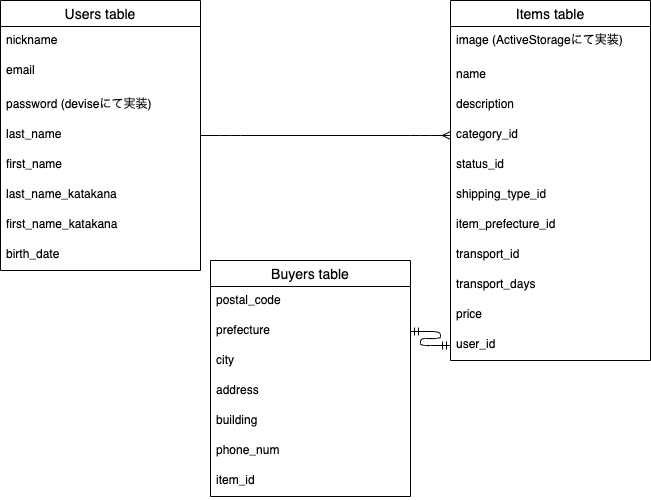
The draw.io diagram furima_er.drawio.png in Danke1732/furima-31709, before a commit. Source tidied: cells renumbered, new cells last; positions are measured from the earlier drawing's top-left corner, leaving out a move shared by most shapes.
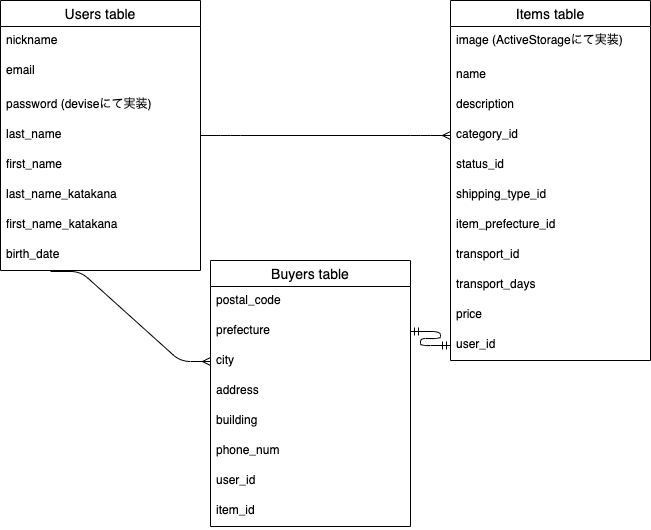
The same file after the commit.

Commit message:
usersテーブルとbuyersテーブルのアソシエーション修正

The edit, as a diff of the source:
```diff
@@ -74,7 +74,7 @@
       <mxGeometry relative="1" as="geometry" />
     </mxCell>
     <mxCell id="25" value="Buyers table" style="swimlane;fontStyle=0;horizontal=1;startSize=26;align=center;fontSize=14;" parent="1" vertex="1">
-      <mxGeometry x="210" y="260" width="200" height="236" as="geometry" />
+      <mxGeometry x="210" y="260" width="200" height="266" as="geometry" />
     </mxCell>
     <mxCell id="26" value="postal_code" style="text;strokeColor=none;fillColor=none;spacingLeft=4;spacingRight=4;overflow=hidden;fontSize=12;" parent="25" vertex="1">
       <mxGeometry y="26" width="200" height="30" as="geometry" />
@@ -94,8 +94,14 @@
     <mxCell id="31" value="phone_num" style="text;strokeColor=none;fillColor=none;spacingLeft=4;spacingRight=4;overflow=hidden;fontSize=12;" parent="25" vertex="1">
       <mxGeometry y="176" width="200" height="30" as="geometry" />
     </mxCell>
-    <mxCell id="32" value="item_id" style="text;strokeColor=none;fillColor=none;spacingLeft=4;spacingRight=4;overflow=hidden;fontSize=12;" parent="25" vertex="1">
+    <mxCell id="32" value="user_id" style="text;strokeColor=none;fillColor=none;spacingLeft=4;spacingRight=4;overflow=hidden;fontSize=12;" parent="25" vertex="1">
       <mxGeometry y="206" width="200" height="30" as="geometry" />
     </mxCell>
+    <mxCell id="33" value="item_id" style="text;strokeColor=none;fillColor=none;spacingLeft=4;spacingRight=4;overflow=hidden;fontSize=12;" parent="25" vertex="1">
+      <mxGeometry y="236" width="200" height="30" as="geometry" />
+    </mxCell>
+    <mxCell id="34" style="edgeStyle=entityRelationEdgeStyle;fontSize=12;html=1;endArrow=ERmany;entryX=0;entryY=0.5;entryDx=0;entryDy=0;exitX=0.25;exitY=1.033;exitDx=0;exitDy=0;exitPerimeter=0;" parent="1" edge="1" source="10" target="28">
+      <mxGeometry relative="1" as="geometry" />
+    </mxCell>
   </root>
 </mxGraphModel>
```
